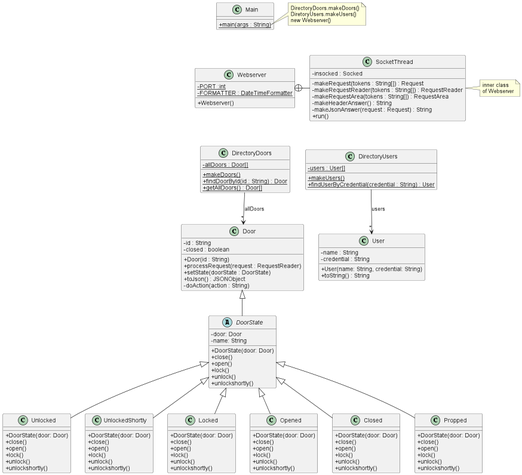
laiapns/Practica-DS keeps this PlantUML diagram as src/baseNoStates/uml/base_no_states.png. Above is the earlier version.
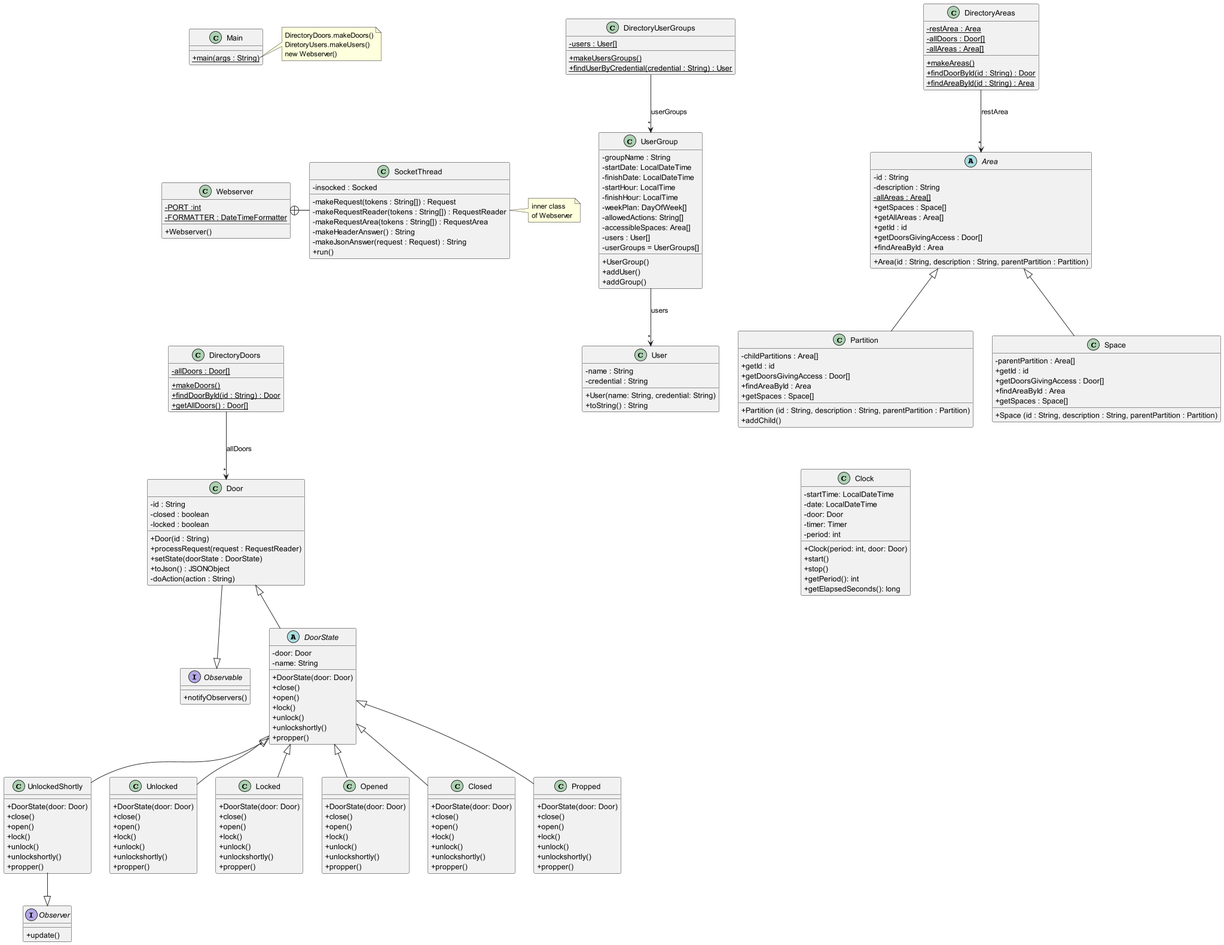
The same file after the commit.

The edit, as a diff of the source:
```diff
@@ -33,17 +33,83 @@
 
 DirectoryDoors --> "*" Door : "allDoors"
 
-class DirectoryUsers {
+class DirectoryUserGroups {
 - {static} users : User[]
-+ {static} makeUsers()
++ {static} makeUsersGroups()
 + {static} findUserByCredential(credential : String) : User
 }
+DirectoryUserGroups --> "*" UserGroup : "userGroups"
+UserGroup --> "*" User: "users"
+class DirectoryAreas {
+- {static} restArea : Area
+- {static} allDoors : Door[]
+- {static} allAreas : Area[]
++ {static} makeAreas()
++ {static} findDoorById(id : String) : Door
++ {static} findAreaById(id : String) : Area
+}
 
-DirectoryUsers --> "*" User : "users"
+DirectoryAreas --> "*" Area: "restArea"
+
+abstract class Area {
+- id : String
+- description : String
+- {static} allAreas : Area[]
++ Area(id : String, description : String, parentPartition : Partition)
++ getSpaces : Space[]
++ getAllAreas : Area[]
++ getId : id
++ getDoorsGivingAccess : Door[]
++ findAreaById : Area
+}
+
+class Partition extends Area {
+ - childPartitions : Area[]
+ + Partition (id : String, description : String, parentPartition : Partition)
+ + getId : id
+ + getDoorsGivingAccess : Door[]
+ + findAreaById : Area
+ + addChild()
+ + getSpaces : Space[]
+}
+class Space extends Area {
+- parentPartition : Area[]
++ Space (id : String, description : String, parentPartition : Partition)
++ getId : id
++ getDoorsGivingAccess : Door[]
++ findAreaById : Area
++ getSpaces : Space[]
+}
+class Clock {
+      - startTime: LocalDateTime
+      - date: LocalDateTime
+      - door: Door
+      - timer: Timer
+      - period: int
+      + Clock(period: int, door: Door)
+      + start()
+      + stop()
+      + getPeriod(): int
+      + getElapsedSeconds(): long
+}
+interface Observer {
+  + update()
+}
+
+interface Observable {
+  + notifyObservers()
+}
+
+Door --|> Observable
+
+UnlockedShortly --|> Observer
+
+Partition -[hidden]down- Clock
 
 class Door {
 - id : String
 - closed : boolean
+- locked : boolean
 + Door(id : String)
 + processRequest(request : RequestReader)
 + setState(doorState : DoorState)
@@ -60,6 +126,7 @@
 + lock()
 + unlock()
 + unlockshortly()
++ propper()
 }
 
 class Unlocked extends DoorState{
@@ -69,6 +136,7 @@
 + lock()
 + unlock()
 + unlockshortly()
++ propper()
 }
 class UnlockedShortly extends DoorState{
 + DoorState(door: Door)
@@ -77,6 +145,7 @@
 + lock()
 + unlock()
 + unlockshortly()
++ propper()
 }
 class Locked extends DoorState{
 + DoorState(door: Door)
@@ -85,6 +154,7 @@
 + lock()
 + unlock()
 + unlockshortly()
++ propper()
 }
 class Opened extends DoorState{
 + DoorState(door: Door)
@@ -93,6 +163,7 @@
 + lock()
 + unlock()
 + unlockshortly()
++ propper()
 }
 class Closed extends DoorState{
 + DoorState(door: Door)
@@ -101,6 +172,7 @@
 + lock()
 + unlock()
 + unlockshortly()
++ propper()
 }
 class Propped extends DoorState{
 + DoorState(door: Door)
@@ -109,8 +181,23 @@
 + lock()
 + unlock()
 + unlockshortly()
++ propper()
 }
-
+class UserGroup {
+- groupName : String
+- startDate: LocalDateTime
+- finishDate: LocalDateTime
+- startHour: LocalTime
+- finishHour: LocalTime
+- weekPlan: DayOfWeek[]
+- allowedActions: String[]
+- accessibleSpaces: Area[]
+- users : User[]
+- userGroups = UserGroups[]
++ UserGroup()
++ addUser()
++ addGroup()
+}
 class User {
 - name : String
 - credential : String
@@ -131,5 +218,4 @@
 
 Main -[hidden]down- Webserver
 Webserver -[hidden]down- DirectoryDoors
-DirectoryDoors -[hidden]right- DirectoryUsers
 @enduml
```
